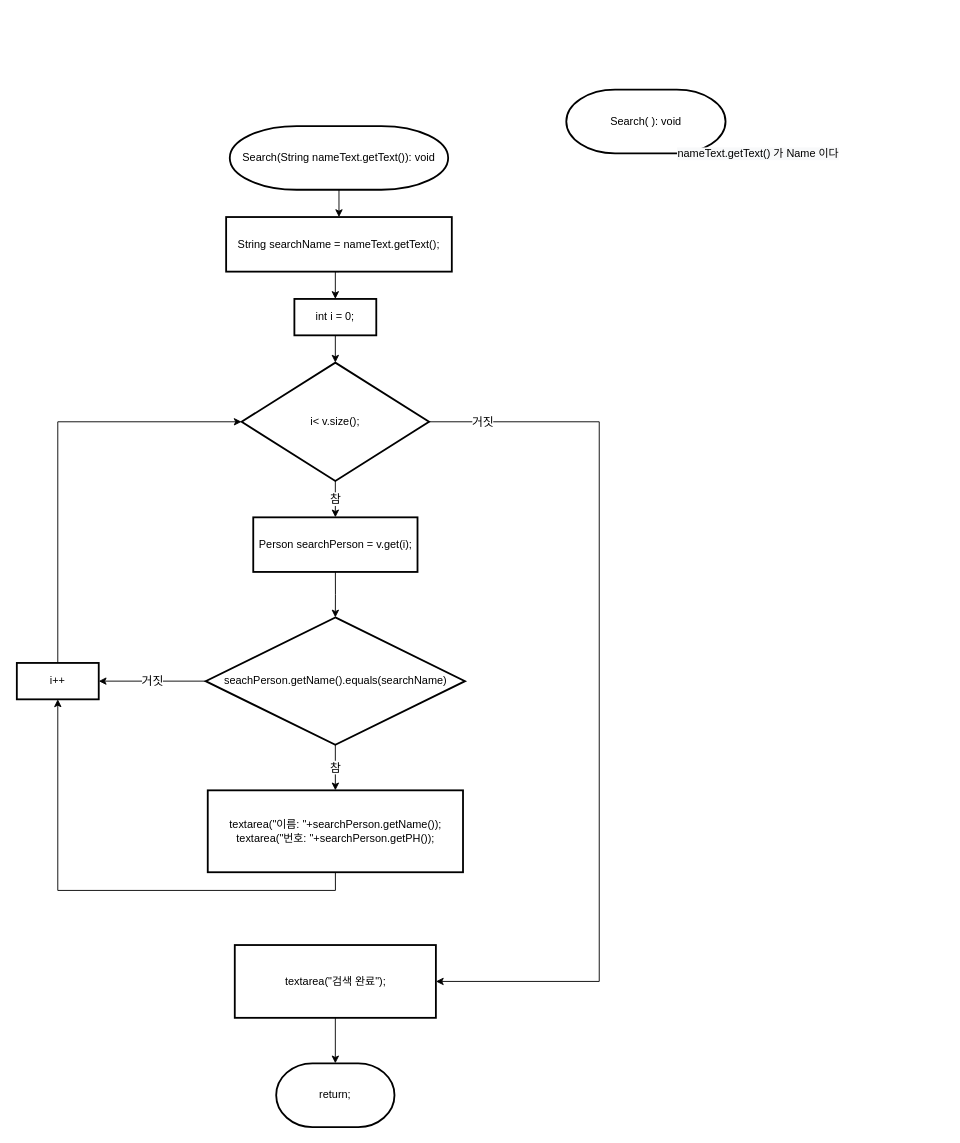
Above: 순서도/Search 기능.drawio in skatld123/PH_list_java (draw.io), before the change. Source tidied: cells renumbered, new cells numbered last; positions are measured from the earlier drawing's top-left corner, leaving out a move shared by most shapes. Both pictures are drawn from the tidied source at 91%, with x=0, y=0 at pixel (16, 62).
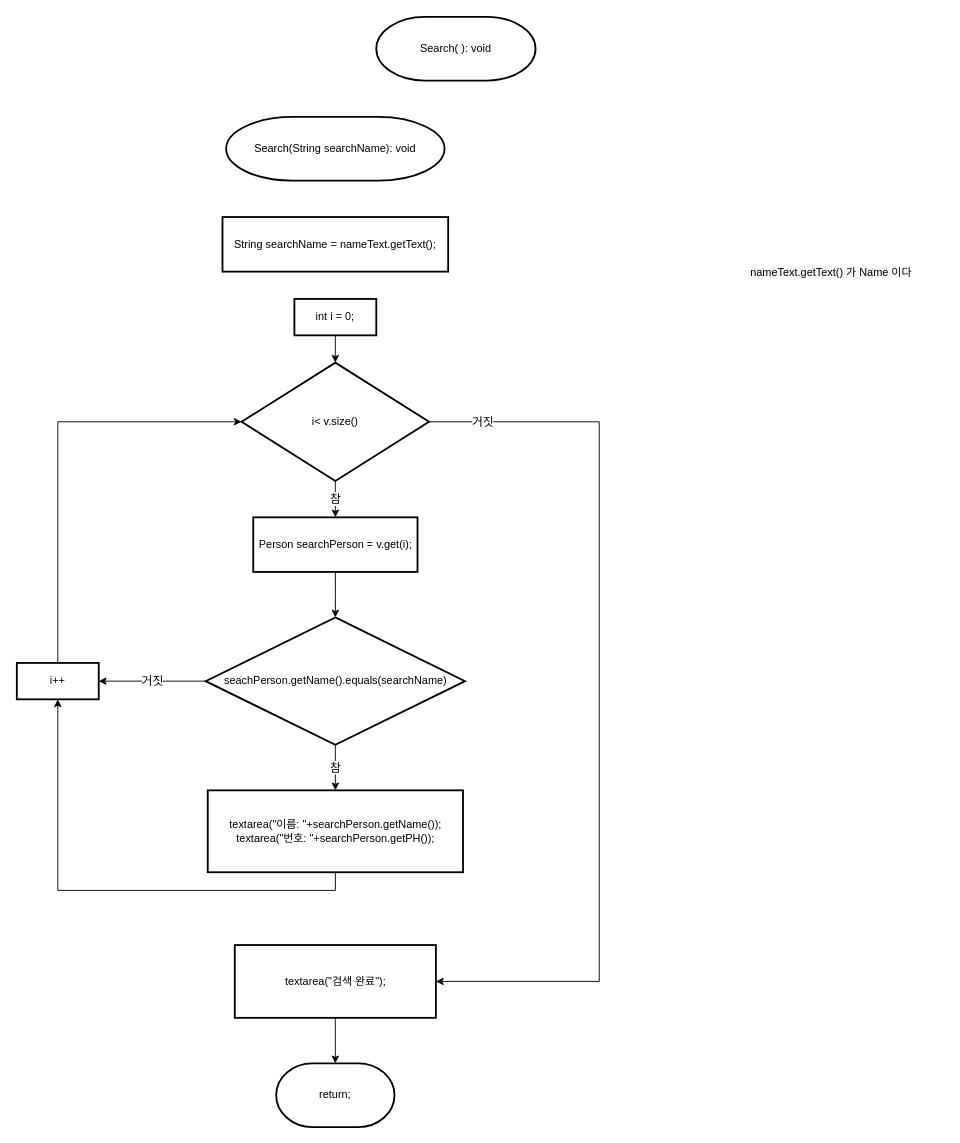
The same diagram, later.

Commit message:
Search 기능.drawio 업데이트

Unchanged cells that the change refers to:
```xml
<mxCell id="15" value="int i = 0;" style="rounded=1;whiteSpace=wrap;html=1;absoluteArcSize=1;arcSize=0;strokeWidth=2;" parent="1" vertex="1">
  <mxGeometry x="305" y="260" width="90" height="40" as="geometry" />
</mxCell>
```

Change to the diagram source:
```diff
@@
     <mxCell id="7" value="&lt;span style=&quot;text-align: left&quot;&gt;Search( ): void&lt;/span&gt;" style="strokeWidth=2;html=1;shape=mxgraph.flowchart.terminator;whiteSpace=wrap;" parent="1" vertex="1">
-      <mxGeometry x="603.8" y="30" width="175" height="70" as="geometry" />
+      <mxGeometry x="395" y="-50" width="175" height="70" as="geometry" />
     </mxCell>
@@
-    <mxCell id="13" value="i&amp;lt; v.size();" style="strokeWidth=2;html=1;shape=mxgraph.flowchart.decision;whiteSpace=wrap;" parent="1" vertex="1">
+    <mxCell id="13" value="i&amp;lt; v.size()" style="strokeWidth=2;html=1;shape=mxgraph.flowchart.decision;whiteSpace=wrap;" parent="1" vertex="1">
       <mxGeometry x="247" y="330" width="206" height="130" as="geometry" />
     </mxCell>
@@
-    <mxCell id="18" style="edgeStyle=orthogonalEdgeStyle;rounded=0;jettySize=auto;html=1;exitX=0.5;exitY=1;exitDx=0;exitDy=0;entryX=0.5;entryY=0;entryDx=0;entryDy=0;fontSize=13;" parent="1" edge="1" source="19" target="15">
-      <mxGeometry relative="1" as="geometry" />
-    </mxCell>
     <mxCell id="19" value="String searchName = nameText.getText();" style="rounded=1;whiteSpace=wrap;html=1;absoluteArcSize=1;arcSize=0;strokeWidth=2;" parent="1" vertex="1">
-      <mxGeometry x="230" y="170" width="248" height="60" as="geometry" />
+      <mxGeometry x="226" y="170" width="248" height="60" as="geometry" />
     </mxCell>
     <mxCell id="20" value="&lt;br&gt;&lt;br&gt;&lt;span style=&quot;color: rgb(0 , 0 , 0) ; font-family: &amp;#34;helvetica&amp;#34; ; font-size: 12px ; font-style: normal ; font-weight: 400 ; letter-spacing: normal ; text-align: center ; text-indent: 0px ; text-transform: none ; word-spacing: 0px ; background-color: rgb(248 , 249 , 250) ; display: inline ; float: none&quot;&gt;nameText.getText() 가 Name 이다&lt;/span&gt;" style="text;html=1;strokeColor=none;fillColor=none;align=center;verticalAlign=middle;whiteSpace=wrap;rounded=0;fontSize=13;" parent="1" vertex="1">
-      <mxGeometry x="690" width="250" height="170" as="geometry" />
+      <mxGeometry x="770" y="130" width="250" height="170" as="geometry" />
     </mxCell>
@@
-    <mxCell id="23" style="edgeStyle=orthogonalEdgeStyle;rounded=0;jettySize=auto;html=1;exitX=0.5;exitY=1;exitDx=0;exitDy=0;exitPerimeter=0;entryX=0.5;entryY=0;entryDx=0;entryDy=0;fontSize=13;" parent="1" edge="1" source="24" target="19">
-      <mxGeometry relative="1" as="geometry" />
-    </mxCell>
-    <mxCell id="24" value="&lt;span style=&quot;text-align: left&quot;&gt;Search(String&amp;nbsp;&lt;/span&gt;nameText.getText()&lt;span style=&quot;text-align: left&quot;&gt;): void&lt;/span&gt;" style="strokeWidth=2;html=1;shape=mxgraph.flowchart.terminator;whiteSpace=wrap;" parent="1" vertex="1">
-      <mxGeometry x="234" y="70" width="240" height="70" as="geometry" />
+    <mxCell id="24" value="&lt;span style=&quot;text-align: left&quot;&gt;Search(String searchName&lt;/span&gt;&lt;span style=&quot;text-align: left&quot;&gt;): void&lt;/span&gt;" style="strokeWidth=2;html=1;shape=mxgraph.flowchart.terminator;whiteSpace=wrap;" parent="1" vertex="1">
+      <mxGeometry x="230" y="60" width="240" height="70" as="geometry" />
     </mxCell>
```
